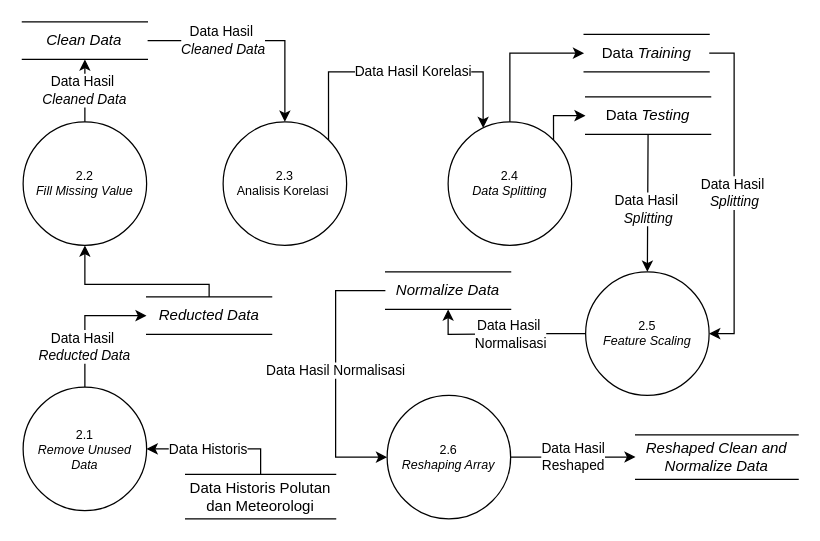
The draw.io diagram page "Page-4" (4 of 13) of sistem.drawio in lullabymav/skrpsi, before the edit. Source tidied: cells renumbered, new cells numbered last; positions are measured from the earlier drawing's top-left corner, leaving out a move shared by most shapes. Both pictures are drawn from the tidied source at 125%, with x=0, y=0 at pixel (21, 21).
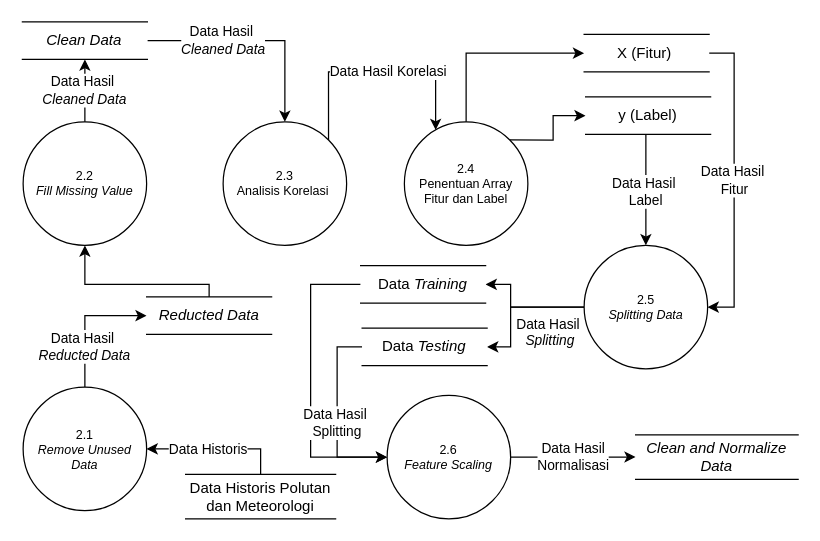
After the change.

Unchanged cells that the change refers to:
```xml
<mxCell id="7" value="2.3&lt;div&gt;Analisis Korelasi&amp;nbsp;&lt;/div&gt;" style="ellipse;whiteSpace=wrap;html=1;fontSize=10;" parent="1" vertex="1">
  <mxGeometry x="161" y="80" width="98.8" height="98.8" as="geometry" />
</mxCell>
```

Change to the diagram source:
```diff
@@
     <mxCell id="6" value="Data Hasil Korelasi" style="edgeStyle=orthogonalEdgeStyle;rounded=0;jettySize=auto;html=1;exitX=1;exitY=0;exitDx=0;exitDy=0;" parent="1" edge="1" source="7" target="11">
       <mxGeometry x="0.09" relative="1" as="geometry">
         <Array as="points">
           <mxPoint x="245" y="40" />
-          <mxPoint x="369" y="40" />
+          <mxPoint x="331" y="40" />
         </Array>
       </mxGeometry>
     </mxCell>
@@
-    <mxCell id="8" value="Data Hasil&amp;nbsp;&lt;div&gt;&lt;i&gt;Splitting&lt;/i&gt;&lt;/div&gt;" style="edgeStyle=orthogonalEdgeStyle;rounded=0;jettySize=auto;html=1;exitX=0.5;exitY=1;exitDx=0;exitDy=0;entryX=0.5;entryY=0;entryDx=0;entryDy=0;" parent="1" edge="1" source="24" target="13">
+    <mxCell id="8" value="Data Hasil&amp;nbsp;&lt;div&gt;Label&lt;/div&gt;" style="edgeStyle=orthogonalEdgeStyle;rounded=0;jettySize=auto;html=1;exitX=0.5;exitY=1;exitDx=0;exitDy=0;entryX=0.5;entryY=0;entryDx=0;entryDy=0;" parent="1" edge="1" source="24" target="13">
       <mxGeometry x="0.21" relative="1" as="geometry">
         <Array as="points">
           <mxPoint x="501" y="82" />
           <mxPoint x="500" y="200" />
         </Array>
       </mxGeometry>
     </mxCell>
@@
-    <mxCell id="11" value="2.4&lt;div&gt;&lt;i&gt;Data Splitting&lt;/i&gt;&lt;/div&gt;" style="ellipse;whiteSpace=wrap;html=1;fontSize=10;" parent="1" vertex="1">
-      <mxGeometry x="341" y="80" width="98.8" height="98.8" as="geometry" />
+    <mxCell id="11" value="2.4&lt;div&gt;Penentuan Array Fitur dan Label&lt;/div&gt;" style="ellipse;whiteSpace=wrap;html=1;fontSize=10;" parent="1" vertex="1">
+      <mxGeometry x="306" y="80" width="98.8" height="98.8" as="geometry" />
     </mxCell>
-    <mxCell id="12" value="Data Hasil&amp;nbsp;&lt;div&gt;Normalisasi&lt;/div&gt;" style="edgeStyle=orthogonalEdgeStyle;rounded=0;jettySize=auto;html=1;exitX=0;exitY=0.5;exitDx=0;exitDy=0;entryX=0.5;entryY=1;entryDx=0;entryDy=0;" parent="1" edge="1" source="13" target="26">
-      <mxGeometry x="-0.07" relative="1" as="geometry" />
-    </mxCell>
+    <mxCell id="28" style="edgeStyle=orthogonalEdgeStyle;rounded=0;jettySize=auto;html=1;exitX=0;exitY=0.5;exitDx=0;exitDy=0;entryX=1;entryY=0.5;entryDx=0;entryDy=0;" parent="1" edge="1" source="13" target="31">
+      <mxGeometry relative="1" as="geometry">
+        <Array as="points">
+          <mxPoint x="391" y="228" />
+          <mxPoint x="391" y="210" />
+        </Array>
+      </mxGeometry>
+    </mxCell>
+    <mxCell id="29" style="edgeStyle=orthogonalEdgeStyle;rounded=0;jettySize=auto;html=1;exitX=0;exitY=0.5;exitDx=0;exitDy=0;entryX=1;entryY=0.5;entryDx=0;entryDy=0;" parent="1" edge="1" source="13" target="34">
+      <mxGeometry relative="1" as="geometry">
+        <Array as="points">
+          <mxPoint x="391" y="228" />
+          <mxPoint x="391" y="260" />
+        </Array>
+      </mxGeometry>
+    </mxCell>
-    <mxCell id="13" value="2.5&lt;div&gt;&lt;span style=&quot;background-color: initial;&quot;&gt;&lt;i&gt;Feature Scaling&lt;/i&gt;&lt;/span&gt;&lt;/div&gt;" style="ellipse;whiteSpace=wrap;html=1;fontSize=10;" parent="1" vertex="1">
-      <mxGeometry x="451" y="200" width="98.8" height="98.8" as="geometry" />
+    <mxCell id="13" value="2.5&lt;div&gt;&lt;i&gt;Splitting Data&lt;/i&gt;&lt;/div&gt;" style="ellipse;whiteSpace=wrap;html=1;fontSize=10;" parent="1" vertex="1">
+      <mxGeometry x="449.8" y="178.8" width="98.8" height="98.8" as="geometry" />
     </mxCell>
-    <mxCell id="14" value="Data Hasil&lt;div&gt;Reshaped&lt;/div&gt;" style="edgeStyle=orthogonalEdgeStyle;rounded=0;jettySize=auto;html=1;exitX=1;exitY=0.5;exitDx=0;exitDy=0;" parent="1" edge="1" source="15" target="27">
+    <mxCell id="14" value="Data Hasil&lt;div&gt;Normalisasi&lt;/div&gt;" style="edgeStyle=orthogonalEdgeStyle;rounded=0;jettySize=auto;html=1;exitX=1;exitY=0.5;exitDx=0;exitDy=0;" parent="1" edge="1" source="15" target="27">
       <mxGeometry relative="1" as="geometry" />
     </mxCell>
-    <mxCell id="15" value="2.6&lt;div&gt;&lt;i&gt;Reshaping Array&lt;/i&gt;&lt;/div&gt;" style="ellipse;whiteSpace=wrap;html=1;fontSize=10;" parent="1" vertex="1">
+    <mxCell id="15" value="2.6&lt;div&gt;&lt;i&gt;Feature Scaling&lt;/i&gt;&lt;/div&gt;" style="ellipse;whiteSpace=wrap;html=1;fontSize=10;" parent="1" vertex="1">
       <mxGeometry x="292.2" y="298.8" width="98.8" height="98.8" as="geometry" />
     </mxCell>
@@
-    <mxCell id="22" value="Data Hasil&amp;nbsp;&lt;div&gt;&lt;i&gt;Splitting&lt;/i&gt;&lt;/div&gt;" style="edgeStyle=orthogonalEdgeStyle;rounded=0;jettySize=auto;html=1;exitX=1;exitY=0.5;exitDx=0;exitDy=0;entryX=1;entryY=0.5;entryDx=0;entryDy=0;" parent="1" edge="1" source="23" target="13">
+    <mxCell id="22" value="Data Hasil&amp;nbsp;&lt;div&gt;Fitur&lt;/div&gt;" style="edgeStyle=orthogonalEdgeStyle;rounded=0;jettySize=auto;html=1;exitX=1;exitY=0.5;exitDx=0;exitDy=0;entryX=1;entryY=0.5;entryDx=0;entryDy=0;" parent="1" edge="1" source="23" target="13">
       <mxGeometry relative="1" as="geometry" />
     </mxCell>
-    <mxCell id="23" value="Data&lt;i&gt; Training&lt;/i&gt;" style="html=1;dashed=0;whiteSpace=wrap;shape=partialRectangle;right=0;left=0;" parent="1" vertex="1">
+    <mxCell id="23" value="X (Fitur)&amp;nbsp;" style="html=1;dashed=0;whiteSpace=wrap;shape=partialRectangle;right=0;left=0;" parent="1" vertex="1">
       <mxGeometry x="449.8" y="10" width="100" height="30" as="geometry" />
     </mxCell>
-    <mxCell id="24" value="Data &lt;i&gt;Testing&lt;/i&gt;" style="html=1;dashed=0;whiteSpace=wrap;shape=partialRectangle;right=0;left=0;" parent="1" vertex="1">
+    <mxCell id="24" value="y (Label)" style="html=1;dashed=0;whiteSpace=wrap;shape=partialRectangle;right=0;left=0;" parent="1" vertex="1">
       <mxGeometry x="451" y="60" width="100" height="30" as="geometry" />
     </mxCell>
-    <mxCell id="25" value="Data Hasil Normalisasi" style="edgeStyle=orthogonalEdgeStyle;rounded=0;jettySize=auto;html=1;exitX=0;exitY=0.5;exitDx=0;exitDy=0;entryX=0;entryY=0.5;entryDx=0;entryDy=0;" parent="1" edge="1" source="26" target="15">
-      <mxGeometry x="-0.02" relative="1" as="geometry">
-        <Array as="points">
-          <mxPoint x="251" y="215" />
-          <mxPoint x="251" y="348" />
-        </Array>
-        <mxPoint y="-1" as="offset" />
-      </mxGeometry>
-    </mxCell>
-    <mxCell id="26" value="&lt;i&gt;Normalize Data&lt;/i&gt;" style="html=1;dashed=0;whiteSpace=wrap;shape=partialRectangle;right=0;left=0;" parent="1" vertex="1">
-      <mxGeometry x="291" y="200" width="100" height="30" as="geometry" />
-    </mxCell>
-    <mxCell id="27" value="&lt;i&gt;Reshaped Clean and Normalize Data&lt;/i&gt;" style="html=1;dashed=0;whiteSpace=wrap;shape=partialRectangle;right=0;left=0;" parent="1" vertex="1">
+    <mxCell id="27" value="&lt;i&gt;Clean and Normalize Data&lt;/i&gt;" style="html=1;dashed=0;whiteSpace=wrap;shape=partialRectangle;right=0;left=0;" parent="1" vertex="1">
       <mxGeometry x="491" y="330.3" width="130" height="35.6" as="geometry" />
     </mxCell>
+    <mxCell id="30" style="edgeStyle=orthogonalEdgeStyle;rounded=0;jettySize=auto;html=1;exitX=0;exitY=0.5;exitDx=0;exitDy=0;entryX=0;entryY=0.5;entryDx=0;entryDy=0;" parent="1" edge="1" source="31" target="15">
+      <mxGeometry relative="1" as="geometry">
+        <Array as="points">
+          <mxPoint x="231" y="210" />
+          <mxPoint x="231" y="348" />
+        </Array>
+      </mxGeometry>
+    </mxCell>
+    <mxCell id="31" value="Data &lt;i&gt;Training&lt;/i&gt;" style="html=1;dashed=0;whiteSpace=wrap;shape=partialRectangle;right=0;left=0;" parent="1" vertex="1">
+      <mxGeometry x="271" y="195" width="100" height="30" as="geometry" />
+    </mxCell>
+    <mxCell id="32" style="edgeStyle=orthogonalEdgeStyle;rounded=0;jettySize=auto;html=1;exitX=0;exitY=0.5;exitDx=0;exitDy=0;entryX=0;entryY=0.5;entryDx=0;entryDy=0;" parent="1" edge="1" source="34" target="15">
+      <mxGeometry relative="1" as="geometry" />
+    </mxCell>
+    <mxCell id="33" value="Data Hasil&amp;nbsp;&lt;div&gt;Splitting&lt;/div&gt;" style="edgeLabel;html=1;align=center;verticalAlign=middle;" parent="32" vertex="1">
+      <mxGeometry x="-0.38" y="4" relative="1" as="geometry">
+        <mxPoint x="-5" y="34" as="offset" />
+      </mxGeometry>
+    </mxCell>
+    <mxCell id="34" value="Data&amp;nbsp;&lt;i&gt;Testing&lt;/i&gt;" style="html=1;dashed=0;whiteSpace=wrap;shape=partialRectangle;right=0;left=0;" parent="1" vertex="1">
+      <mxGeometry x="272.2" y="245" width="100" height="30" as="geometry" />
+    </mxCell>
+    <mxCell id="35" value="&lt;span style=&quot;color: rgb(0, 0, 0); font-family: Helvetica; font-size: 11px; font-style: normal; font-variant-ligatures: normal; font-variant-caps: normal; font-weight: 400; letter-spacing: normal; orphans: 2; text-align: center; text-indent: 0px; text-transform: none; widows: 2; word-spacing: 0px; -webkit-text-stroke-width: 0px; white-space: nowrap; background-color: rgb(255, 255, 255); text-decoration-thickness: initial; text-decoration-style: initial; text-decoration-color: initial; display: inline !important; float: none;&quot;&gt;Data Hasil&amp;nbsp;&lt;/span&gt;&lt;div style=&quot;forced-color-adjust: none; color: rgb(0, 0, 0); font-family: Helvetica; font-size: 11px; font-variant-ligatures: normal; font-variant-caps: normal; font-weight: 400; letter-spacing: normal; orphans: 2; text-align: center; text-indent: 0px; text-transform: none; widows: 2; word-spacing: 0px; -webkit-text-stroke-width: 0px; white-space: nowrap; text-decoration-thickness: initial; text-decoration-style: initial; text-decoration-color: initial;&quot;&gt;&lt;i&gt;Splitting&lt;/i&gt;&lt;/div&gt;" style="text;whiteSpace=wrap;html=1;" parent="1" vertex="1">
+      <mxGeometry x="394" y="227.5" width="90" height="50" as="geometry" />
+    </mxCell>
```
